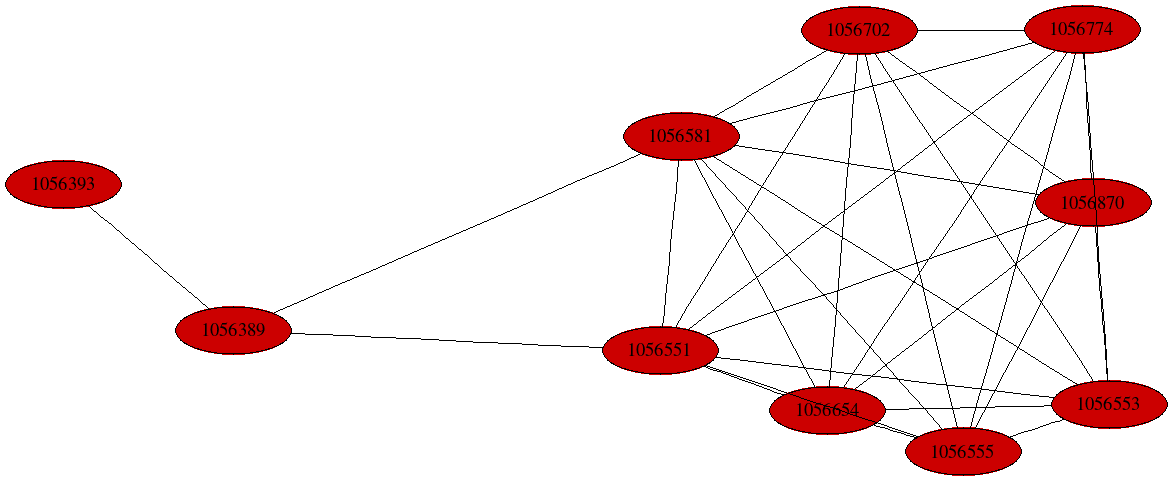
Earlier version of the Graphviz export notebooks/graphs/CAMP_cc4.png (fedarko/sheepgut). Its source is kept beside it as notebooks/graphs/CAMP_cc4.gv. Its diagram source:
```dot
graph CAMP_cc4 {
	K = 2.0;
	1056581 [style="filled", fillcolor="#cc0000"];
	1056389 [style="filled", fillcolor="#cc0000"];
	1056551 [style="filled", fillcolor="#cc0000"];
	1056774 [style="filled", fillcolor="#cc0000"];
	1056393 [style="filled", fillcolor="#cc0000"];
	1056870 [style="filled", fillcolor="#cc0000"];
	1056553 [style="filled", fillcolor="#cc0000"];
	1056555 [style="filled", fillcolor="#cc0000"];
	1056654 [style="filled", fillcolor="#cc0000"];
	1056702 [style="filled", fillcolor="#cc0000"];
	1056581 -- 1056389;
	1056581 -- 1056551;
	1056581 -- 1056553;
	1056581 -- 1056555;
	1056581 -- 1056654;
	1056581 -- 1056702;
	1056581 -- 1056774;
	1056581 -- 1056870;
	1056389 -- 1056393;
	1056389 -- 1056551;
	1056551 -- 1056553;
	1056551 -- 1056555;
	1056551 -- 1056654;
	1056551 -- 1056702;
	1056551 -- 1056774;
	1056551 -- 1056870;
	1056774 -- 1056553;
	1056774 -- 1056555;
	1056774 -- 1056654;
	1056774 -- 1056702;
	1056774 -- 1056870;
	1056870 -- 1056553;
	1056870 -- 1056555;
	1056870 -- 1056654;
	1056870 -- 1056702;
	1056553 -- 1056555;
	1056553 -- 1056654;
	1056553 -- 1056702;
	1056555 -- 1056654;
	1056555 -- 1056702;
	1056654 -- 1056702;
}
```
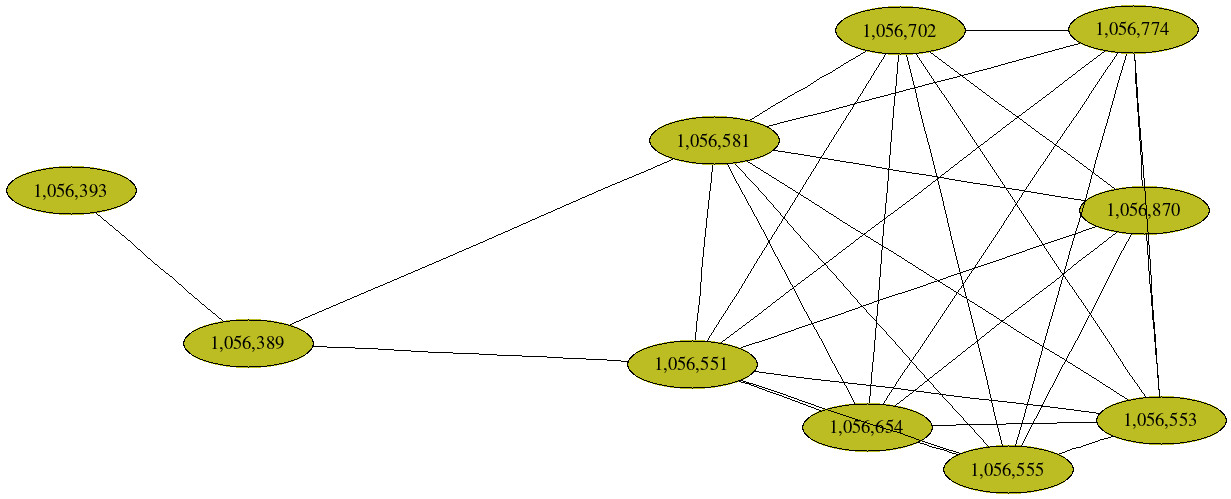
Above is the later version.

What changed in the source:
```diff
@@ -1,44 +1,44 @@
 graph CAMP_cc4 {
 	K = 2.0;
-	1056581 [style="filled", fillcolor="#cc0000"];
-	1056389 [style="filled", fillcolor="#cc0000"];
-	1056551 [style="filled", fillcolor="#cc0000"];
-	1056774 [style="filled", fillcolor="#cc0000"];
-	1056393 [style="filled", fillcolor="#cc0000"];
-	1056870 [style="filled", fillcolor="#cc0000"];
-	1056553 [style="filled", fillcolor="#cc0000"];
-	1056555 [style="filled", fillcolor="#cc0000"];
-	1056654 [style="filled", fillcolor="#cc0000"];
-	1056702 [style="filled", fillcolor="#cc0000"];
-	1056581 -- 1056389;
-	1056581 -- 1056551;
-	1056581 -- 1056553;
-	1056581 -- 1056555;
-	1056581 -- 1056654;
-	1056581 -- 1056702;
-	1056581 -- 1056774;
-	1056581 -- 1056870;
-	1056389 -- 1056393;
-	1056389 -- 1056551;
-	1056551 -- 1056553;
-	1056551 -- 1056555;
-	1056551 -- 1056654;
-	1056551 -- 1056702;
-	1056551 -- 1056774;
-	1056551 -- 1056870;
-	1056774 -- 1056553;
-	1056774 -- 1056555;
-	1056774 -- 1056654;
-	1056774 -- 1056702;
-	1056774 -- 1056870;
-	1056870 -- 1056553;
-	1056870 -- 1056555;
-	1056870 -- 1056654;
-	1056870 -- 1056702;
-	1056553 -- 1056555;
-	1056553 -- 1056654;
-	1056553 -- 1056702;
-	1056555 -- 1056654;
-	1056555 -- 1056702;
-	1056654 -- 1056702;
+	overlap="prism2";	"1,056,581" [style="filled", fillcolor="#bcbd22", fontcolor="#000000"];
+	"1,056,389" [style="filled", fillcolor="#bcbd22", fontcolor="#000000"];
+	"1,056,551" [style="filled", fillcolor="#bcbd22", fontcolor="#000000"];
+	"1,056,774" [style="filled", fillcolor="#bcbd22", fontcolor="#000000"];
+	"1,056,393" [style="filled", fillcolor="#bcbd22", fontcolor="#000000"];
+	"1,056,870" [style="filled", fillcolor="#bcbd22", fontcolor="#000000"];
+	"1,056,553" [style="filled", fillcolor="#bcbd22", fontcolor="#000000"];
+	"1,056,555" [style="filled", fillcolor="#bcbd22", fontcolor="#000000"];
+	"1,056,654" [style="filled", fillcolor="#bcbd22", fontcolor="#000000"];
+	"1,056,702" [style="filled", fillcolor="#bcbd22", fontcolor="#000000"];
+	"1,056,581" -- "1,056,389";
+	"1,056,581" -- "1,056,551";
+	"1,056,581" -- "1,056,553";
+	"1,056,581" -- "1,056,555";
+	"1,056,581" -- "1,056,654";
+	"1,056,581" -- "1,056,702";
+	"1,056,581" -- "1,056,774";
+	"1,056,581" -- "1,056,870";
+	"1,056,389" -- "1,056,393";
+	"1,056,389" -- "1,056,551";
+	"1,056,551" -- "1,056,553";
+	"1,056,551" -- "1,056,555";
+	"1,056,551" -- "1,056,654";
+	"1,056,551" -- "1,056,702";
+	"1,056,551" -- "1,056,774";
+	"1,056,551" -- "1,056,870";
+	"1,056,774" -- "1,056,553";
+	"1,056,774" -- "1,056,555";
+	"1,056,774" -- "1,056,654";
+	"1,056,774" -- "1,056,702";
+	"1,056,774" -- "1,056,870";
+	"1,056,870" -- "1,056,553";
+	"1,056,870" -- "1,056,555";
+	"1,056,870" -- "1,056,654";
+	"1,056,870" -- "1,056,702";
+	"1,056,553" -- "1,056,555";
+	"1,056,553" -- "1,056,654";
+	"1,056,553" -- "1,056,702";
+	"1,056,555" -- "1,056,654";
+	"1,056,555" -- "1,056,702";
+	"1,056,654" -- "1,056,702";
 }
```
